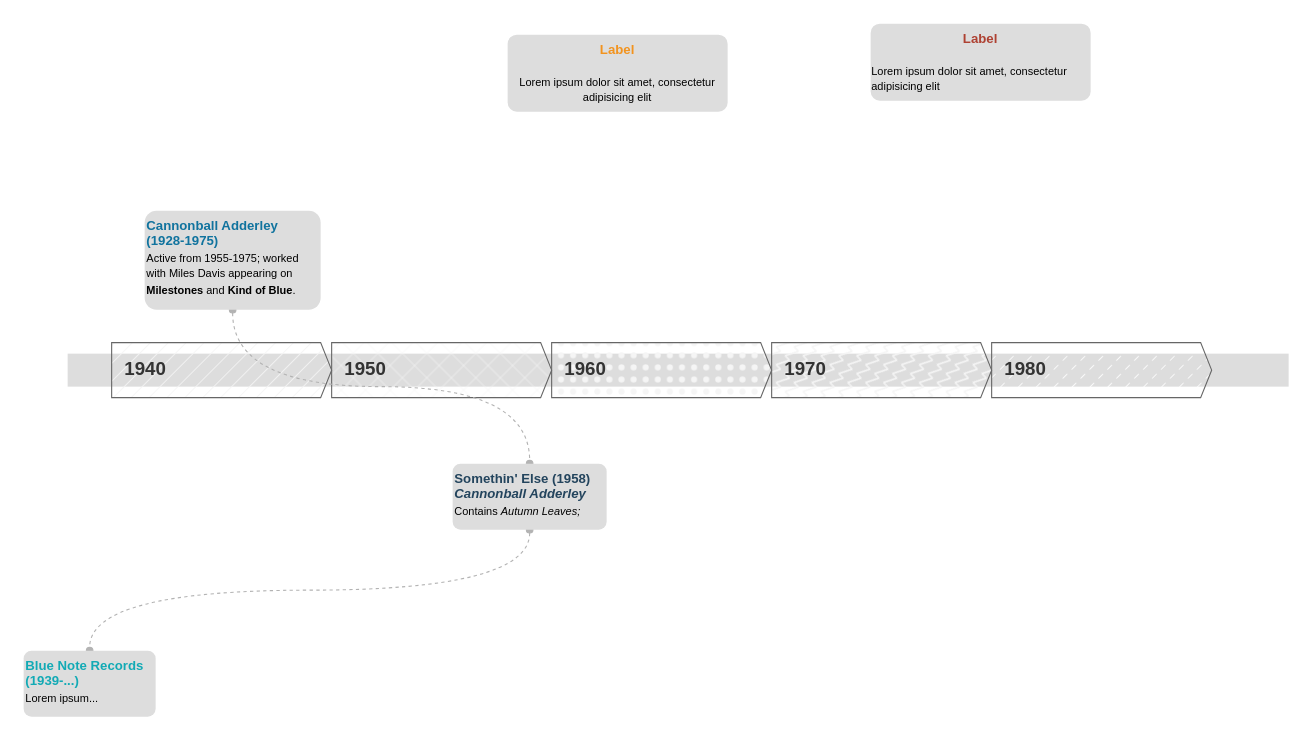
Earlier version of the draw.io diagram Jazz Timeline.drawio (BodoBurger/drawio-bucket). Source tidied: cells renumbered, new cells numbered last; positions are measured from the earlier drawing's top-left corner, leaving out a move shared by most shapes. Both pictures are drawn from the tidied source at 110%, with x=0, y=0 at pixel (23, 23).
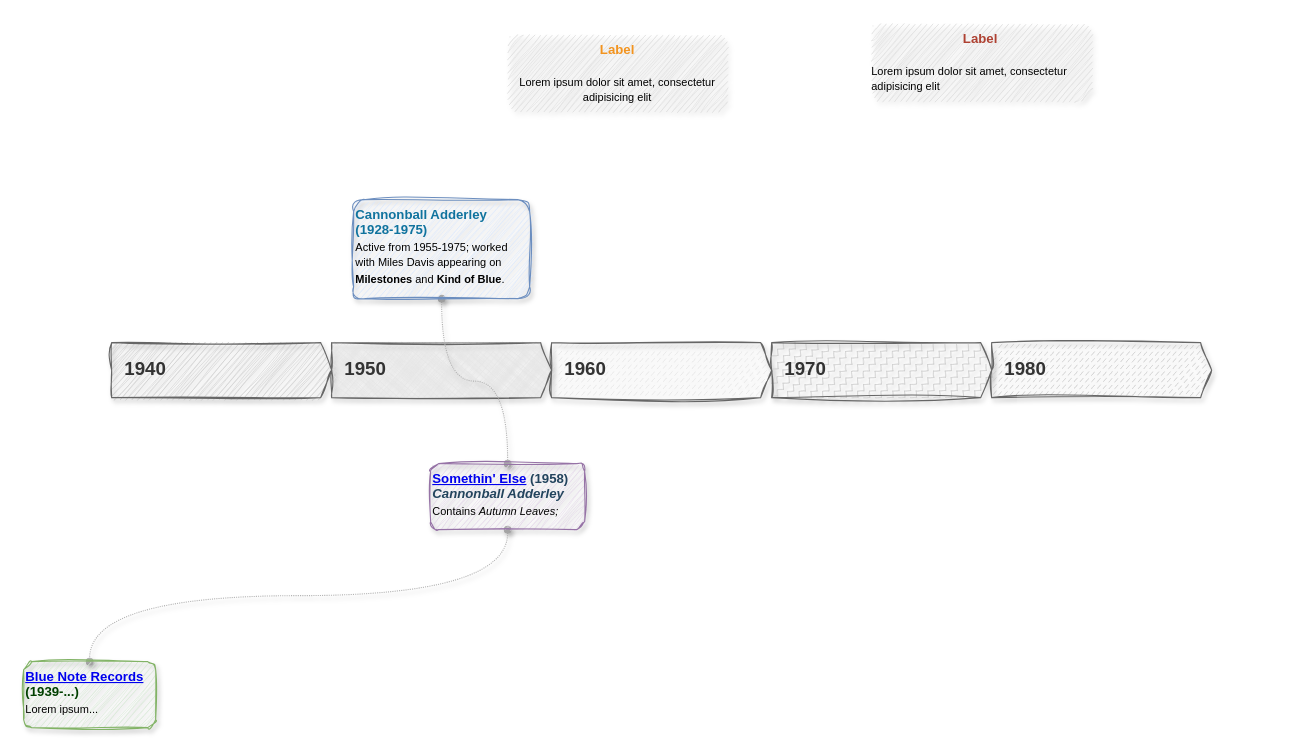
After the change.

Change to the diagram source:
```diff
@@
 <mxGraphModel>
   <root>
     <mxCell id="0" />
     <mxCell id="1" parent="0" />
-    <mxCell id="2" style="fillColor=#dddddd;rounded=0;strokeColor=none;" parent="1" vertex="1">
-      <mxGeometry x="40" y="300" width="1110" height="30" as="geometry" />
-    </mxCell>
-    <mxCell id="3" value="1940&lt;span style=&quot;white-space: pre;&quot;&gt;&#9;&lt;/span&gt;" style="shape=mxgraph.infographic.ribbonSimple;notch1=0;notch2=10;notch=0;html=1;fillColor=#f5f5f5;strokeColor=#666666;shadow=0;fontSize=17;fontColor=#333333;align=left;spacingLeft=10;fontStyle=1;whiteSpace=wrap;fillStyle=hatch;" parent="1" vertex="1">
+    <mxCell id="3" value="1940&lt;span style=&quot;white-space: pre;&quot;&gt;&#9;&lt;/span&gt;" style="shape=mxgraph.infographic.ribbonSimple;notch1=0;notch2=10;notch=0;html=1;fillColor=#CCCCCC;strokeColor=#666666;shadow=1;fontSize=17;fontColor=#333333;align=left;spacingLeft=10;fontStyle=1;whiteSpace=wrap;fillStyle=hachure;gradientColor=none;gradientDirection=east;sketch=1;curveFitting=1;jiggle=2;" parent="1" vertex="1">
       <mxGeometry x="80" y="290" width="200" height="50" as="geometry" />
     </mxCell>
-    <mxCell id="4" value="1950" style="shape=mxgraph.infographic.ribbonSimple;notch1=0;notch2=10;notch=0;html=1;fillColor=#f5f5f5;strokeColor=#666666;shadow=0;fontSize=17;fontColor=#333333;align=left;spacingLeft=10;fontStyle=1;whiteSpace=wrap;fillStyle=cross-hatch;" parent="1" vertex="1">
+    <mxCell id="4" value="1950" style="shape=mxgraph.infographic.ribbonSimple;notch1=0;notch2=10;notch=0;html=1;fillColor=#E6E6E6;strokeColor=#666666;shadow=1;fontSize=17;fontColor=#333333;align=left;spacingLeft=10;fontStyle=1;whiteSpace=wrap;fillStyle=cross-hatch;sketch=1;curveFitting=1;jiggle=2;" parent="1" vertex="1">
       <mxGeometry x="280" y="290" width="200" height="50" as="geometry" />
     </mxCell>
-    <mxCell id="5" value="1960" style="shape=mxgraph.infographic.ribbonSimple;notch1=0;notch2=10;notch=0;html=1;fillColor=#f5f5f5;strokeColor=#666666;shadow=0;fontSize=17;fontColor=#333333;align=left;spacingLeft=10;fontStyle=1;whiteSpace=wrap;fillStyle=dots;" parent="1" vertex="1">
+    <mxCell id="5" value="1960" style="shape=mxgraph.infographic.ribbonSimple;notch1=0;notch2=10;notch=0;html=1;fillColor=#E6E6E6;strokeColor=#666666;shadow=1;fontSize=17;fontColor=#333333;align=left;spacingLeft=10;fontStyle=1;whiteSpace=wrap;fillStyle=dashed;sketch=1;curveFitting=1;jiggle=2;" parent="1" vertex="1">
       <mxGeometry x="480" y="290" width="200" height="50" as="geometry" />
     </mxCell>
-    <mxCell id="6" value="1970" style="shape=mxgraph.infographic.ribbonSimple;notch1=0;notch2=10;notch=0;html=1;fillColor=#f5f5f5;strokeColor=#666666;shadow=0;fontSize=17;fontColor=#333333;align=left;spacingLeft=10;fontStyle=1;whiteSpace=wrap;fillStyle=zigzag-line;" parent="1" vertex="1">
+    <mxCell id="6" value="1970" style="shape=mxgraph.infographic.ribbonSimple;notch1=0;notch2=10;notch=0;html=1;fillColor=#CCCCCC;strokeColor=#666666;shadow=1;fontSize=17;fontColor=#333333;align=left;spacingLeft=10;fontStyle=1;whiteSpace=wrap;fillStyle=zigzag-line;sketch=1;curveFitting=1;jiggle=2;" parent="1" vertex="1">
       <mxGeometry x="680" y="290" width="200" height="50" as="geometry" />
     </mxCell>
-    <mxCell id="7" value="1980" style="shape=mxgraph.infographic.ribbonSimple;notch1=0;notch2=10;notch=0;html=1;fillColor=default;strokeColor=#666666;shadow=0;fontSize=17;fontColor=#333333;align=left;spacingLeft=10;fontStyle=1;whiteSpace=wrap;fillStyle=dashed;" parent="1" vertex="1">
+    <mxCell id="7" value="1980" style="shape=mxgraph.infographic.ribbonSimple;notch1=0;notch2=10;notch=0;html=1;fillColor=#CCCCCC;strokeColor=#666666;shadow=1;fontSize=17;fontColor=#333333;align=left;spacingLeft=10;fontStyle=1;whiteSpace=wrap;fillStyle=dashed;sketch=1;curveFitting=1;jiggle=2;" parent="1" vertex="1">
       <mxGeometry x="880" y="290" width="200" height="50" as="geometry" />
     </mxCell>
-    <mxCell id="8" style="edgeStyle=orthogonalEdgeStyle;rounded=0;jettySize=auto;html=1;exitX=0.5;exitY=1;exitDx=0;exitDy=0;curved=1;endArrow=oval;endFill=1;startArrow=oval;startFill=1;fillColor=#f5f5f5;strokeColor=#B3B3B3;dashed=1;" parent="1" edge="1" source="9" target="13">
-      <mxGeometry relative="1" as="geometry" />
-    </mxCell>
+    <mxCell id="15" style="edgeStyle=orthogonalEdgeStyle;shape=connector;curved=1;rounded=0;jettySize=auto;html=1;exitX=0.5;exitY=0;exitDx=0;exitDy=0;entryX=0.5;entryY=1;entryDx=0;entryDy=0;strokeColor=#B3B3B3;align=center;verticalAlign=middle;fontFamily=Helvetica;fontSize=11;fontColor=default;labelBackgroundColor=default;startArrow=oval;startFill=1;endArrow=oval;endFill=1;fillColor=#f5f5f5;dashed=1;dashPattern=1 1;shadow=1;" parent="1" edge="1" source="13" target="9">
+      <mxGeometry relative="1" as="geometry" />
+    </mxCell>
-    <mxCell id="9" value="&lt;div&gt;&lt;font style=&quot;font-size: 10px&quot;&gt;&lt;font style=&quot;font-size: 12px&quot; color=&quot;#10739E&quot;&gt;&lt;b&gt;Cannonball Adderley&lt;/b&gt;&lt;/font&gt;&lt;/font&gt;&lt;/div&gt;&lt;div&gt;&lt;font style=&quot;font-size: 10px&quot;&gt;&lt;font style=&quot;font-size: 12px&quot; color=&quot;#10739E&quot;&gt;&lt;b&gt;(1928-1975)&lt;/b&gt;&lt;/font&gt;&lt;/font&gt;&lt;/div&gt;&lt;div&gt;&lt;font style=&quot;font-size: 10px&quot;&gt;&lt;font size=&quot;1&quot;&gt;Active from 1955-1975; worked with Miles Davis appearing on &lt;b&gt;Milestones&lt;/b&gt; and &lt;b&gt;Kind of Blue&lt;/b&gt;.&lt;br&gt;&lt;/font&gt;&lt;/font&gt;&lt;/div&gt;" style="rounded=1;strokeColor=none;fillColor=#DDDDDD;align=left;arcSize=12;verticalAlign=top;whiteSpace=wrap;html=1;fontSize=12;" parent="1" vertex="1">
-      <mxGeometry x="110" y="170" width="160" height="90" as="geometry" />
+    <mxCell id="9" value="&lt;div&gt;&lt;font style=&quot;font-size: 10px&quot;&gt;&lt;font style=&quot;font-size: 12px&quot; color=&quot;#10739E&quot;&gt;&lt;b&gt;Cannonball Adderley&lt;/b&gt;&lt;/font&gt;&lt;/font&gt;&lt;/div&gt;&lt;div&gt;&lt;font style=&quot;font-size: 10px&quot;&gt;&lt;font style=&quot;font-size: 12px&quot; color=&quot;#10739E&quot;&gt;&lt;b&gt;(1928-1975)&lt;/b&gt;&lt;/font&gt;&lt;/font&gt;&lt;/div&gt;&lt;div&gt;&lt;font style=&quot;font-size: 10px&quot;&gt;&lt;font size=&quot;1&quot;&gt;Active from 1955-1975; worked with Miles Davis appearing on &lt;b&gt;Milestones&lt;/b&gt; and &lt;b&gt;Kind of Blue&lt;/b&gt;.&lt;br&gt;&lt;/font&gt;&lt;/font&gt;&lt;/div&gt;" style="rounded=1;strokeColor=#6c8ebf;fillColor=#dae8fc;align=left;arcSize=12;verticalAlign=top;whiteSpace=wrap;html=1;fontSize=12;shadow=1;glass=0;sketch=1;curveFitting=1;jiggle=2;" parent="1" vertex="1">
+      <mxGeometry x="300" y="160" width="160" height="90" as="geometry" />
     </mxCell>
-    <mxCell id="10" value="&lt;font style=&quot;font-size: 10px&quot;&gt;&lt;font style=&quot;font-size: 12px&quot; color=&quot;#F2931E&quot;&gt;&lt;b&gt;Label&lt;/b&gt;&lt;/font&gt;&lt;br&gt;&lt;br&gt;&lt;font size=&quot;1&quot;&gt;Lorem ipsum dolor sit amet, consectetur adipisicing elit&lt;/font&gt;&lt;/font&gt;" style="rounded=1;strokeColor=none;fillColor=#DDDDDD;align=center;arcSize=12;verticalAlign=top;whiteSpace=wrap;html=1;fontSize=12;" parent="1" vertex="1">
+    <mxCell id="10" value="&lt;font style=&quot;font-size: 10px&quot;&gt;&lt;font style=&quot;font-size: 12px&quot; color=&quot;#F2931E&quot;&gt;&lt;b&gt;Label&lt;/b&gt;&lt;/font&gt;&lt;br&gt;&lt;br&gt;&lt;font size=&quot;1&quot;&gt;Lorem ipsum dolor sit amet, consectetur adipisicing elit&lt;/font&gt;&lt;/font&gt;" style="rounded=1;strokeColor=none;fillColor=#DDDDDD;align=center;arcSize=12;verticalAlign=top;whiteSpace=wrap;html=1;fontSize=12;sketch=1;curveFitting=1;jiggle=2;shadow=1;" parent="1" vertex="1">
       <mxGeometry x="440" y="10" width="200" height="70" as="geometry" />
     </mxCell>
-    <mxCell id="11" value="&lt;font style=&quot;font-size: 10px&quot;&gt;&lt;font style=&quot;font-size: 12px&quot; color=&quot;#AE4132&quot;&gt;&lt;b&gt;Label&lt;/b&gt;&lt;/font&gt;&lt;br&gt;&lt;br&gt;&lt;/font&gt;&lt;div align=&quot;left&quot;&gt;&lt;font style=&quot;font-size: 10px&quot;&gt;&lt;font size=&quot;1&quot;&gt;Lorem ipsum dolor sit amet, consectetur adipisicing elit&lt;/font&gt;&lt;/font&gt;&lt;/div&gt;" style="rounded=1;strokeColor=none;fillColor=#DDDDDD;align=center;arcSize=12;verticalAlign=top;whiteSpace=wrap;html=1;fontSize=12;" parent="1" vertex="1">
+    <mxCell id="11" value="&lt;font style=&quot;font-size: 10px&quot;&gt;&lt;font style=&quot;font-size: 12px&quot; color=&quot;#AE4132&quot;&gt;&lt;b&gt;Label&lt;/b&gt;&lt;/font&gt;&lt;br&gt;&lt;br&gt;&lt;/font&gt;&lt;div align=&quot;left&quot;&gt;&lt;font style=&quot;font-size: 10px&quot;&gt;&lt;font size=&quot;1&quot;&gt;Lorem ipsum dolor sit amet, consectetur adipisicing elit&lt;/font&gt;&lt;/font&gt;&lt;/div&gt;" style="rounded=1;strokeColor=none;fillColor=#DDDDDD;align=center;arcSize=12;verticalAlign=top;whiteSpace=wrap;html=1;fontSize=12;sketch=1;curveFitting=1;jiggle=2;shadow=1;" parent="1" vertex="1">
       <mxGeometry x="770" width="200" height="70" as="geometry" />
     </mxCell>
-    <mxCell id="12" style="edgeStyle=orthogonalEdgeStyle;shape=connector;curved=1;rounded=0;jettySize=auto;html=1;exitX=0.5;exitY=1;exitDx=0;exitDy=0;entryX=0.5;entryY=0;entryDx=0;entryDy=0;dashed=1;strokeColor=#B3B3B3;align=center;verticalAlign=middle;fontFamily=Helvetica;fontSize=11;fontColor=default;labelBackgroundColor=default;startArrow=oval;startFill=1;endArrow=oval;endFill=1;fillColor=#f5f5f5;" parent="1" edge="1" source="13" target="14">
+    <mxCell id="12" style="edgeStyle=orthogonalEdgeStyle;shape=connector;curved=1;rounded=0;jettySize=auto;html=1;exitX=0.5;exitY=1;exitDx=0;exitDy=0;entryX=0.5;entryY=0;entryDx=0;entryDy=0;dashed=1;strokeColor=#B3B3B3;align=center;verticalAlign=middle;fontFamily=Helvetica;fontSize=11;fontColor=default;labelBackgroundColor=default;startArrow=oval;startFill=1;endArrow=oval;endFill=1;fillColor=#f5f5f5;flowAnimation=0;shadow=1;dashPattern=1 1;" parent="1" edge="1" source="13" target="14">
       <mxGeometry relative="1" as="geometry" />
     </mxCell>
-    <mxCell id="13" value="&lt;font style=&quot;font-size: 10px&quot;&gt;&lt;font style=&quot;font-size: 12px&quot; color=&quot;#23445D&quot;&gt;&lt;b&gt;Somethin' Else (1958)&lt;br&gt;&lt;i&gt;Cannonball Adderley&lt;/i&gt;&lt;/b&gt;&lt;/font&gt;&lt;br&gt;&lt;font size=&quot;1&quot;&gt;Contains &lt;i&gt;Autumn Leaves;&lt;/i&gt;&lt;/font&gt;&lt;/font&gt;" style="rounded=1;strokeColor=none;fillColor=#DDDDDD;align=left;arcSize=12;verticalAlign=top;whiteSpace=wrap;html=1;fontSize=12;" parent="1" vertex="1">
-      <mxGeometry x="390" y="400" width="140" height="60" as="geometry" />
+    <mxCell id="13" value="&lt;font style=&quot;font-size: 10px&quot;&gt;&lt;font style=&quot;font-size: 12px&quot; color=&quot;#23445D&quot;&gt;&lt;b&gt;&lt;a href=&quot;https://en.wikipedia.org/wiki/Somethin%27_Else_(Cannonball_Adderley_album)&quot;&gt;Somethin' Else&lt;/a&gt; (1958)&lt;br&gt;&lt;i&gt;Cannonball Adderley&lt;/i&gt;&lt;/b&gt;&lt;/font&gt;&lt;br&gt;&lt;font size=&quot;1&quot;&gt;Contains &lt;i&gt;Autumn Leaves;&lt;/i&gt;&lt;/font&gt;&lt;/font&gt;" style="rounded=1;strokeColor=#9673a6;fillColor=#e1d5e7;align=left;arcSize=12;verticalAlign=top;whiteSpace=wrap;html=1;fontSize=12;sketch=1;curveFitting=1;jiggle=2;shadow=1;" parent="1" vertex="1">
+      <mxGeometry x="370" y="400" width="140" height="60" as="geometry" />
     </mxCell>
-    <mxCell id="14" value="&lt;div&gt;&lt;font style=&quot;font-size: 10px&quot;&gt;&lt;font color=&quot;#12AAB5&quot; style=&quot;font-size: 12px&quot;&gt;&lt;b&gt;Blue Note Records (1939-...)&lt;/b&gt;&lt;/font&gt;&lt;/font&gt;&lt;/div&gt;&lt;div&gt;&lt;font style=&quot;font-size: 10px&quot;&gt;&lt;font size=&quot;1&quot;&gt;Lorem ipsum...&lt;/font&gt;&lt;/font&gt;&lt;/div&gt;" style="rounded=1;strokeColor=none;fillColor=#DDDDDD;align=left;arcSize=12;verticalAlign=top;whiteSpace=wrap;html=1;fontSize=12;" parent="1" vertex="1">
-      <mxGeometry y="570" width="120" height="60" as="geometry" />
+    <mxCell id="14" value="&lt;div&gt;&lt;font color=&quot;#004000&quot; style=&quot;font-size: 10px&quot;&gt;&lt;font style=&quot;font-size: 12px&quot;&gt;&lt;b&gt;&lt;a href=&quot;https://en.wikipedia.org/wiki/Blue_Note_Records&quot;&gt;Blue Note Records&lt;/a&gt; (1939-...)&lt;/b&gt;&lt;/font&gt;&lt;/font&gt;&lt;/div&gt;&lt;div&gt;&lt;font style=&quot;font-size: 10px&quot;&gt;&lt;font size=&quot;1&quot;&gt;Lorem ipsum...&lt;/font&gt;&lt;/font&gt;&lt;/div&gt;" style="rounded=1;strokeColor=#82b366;fillColor=#d5e8d4;align=left;arcSize=12;verticalAlign=top;whiteSpace=wrap;html=1;fontSize=12;shadow=1;sketch=1;curveFitting=1;jiggle=2;" parent="1" vertex="1">
+      <mxGeometry y="580" width="120" height="60" as="geometry" />
     </mxCell>
   </root>
 </mxGraphModel>
```
